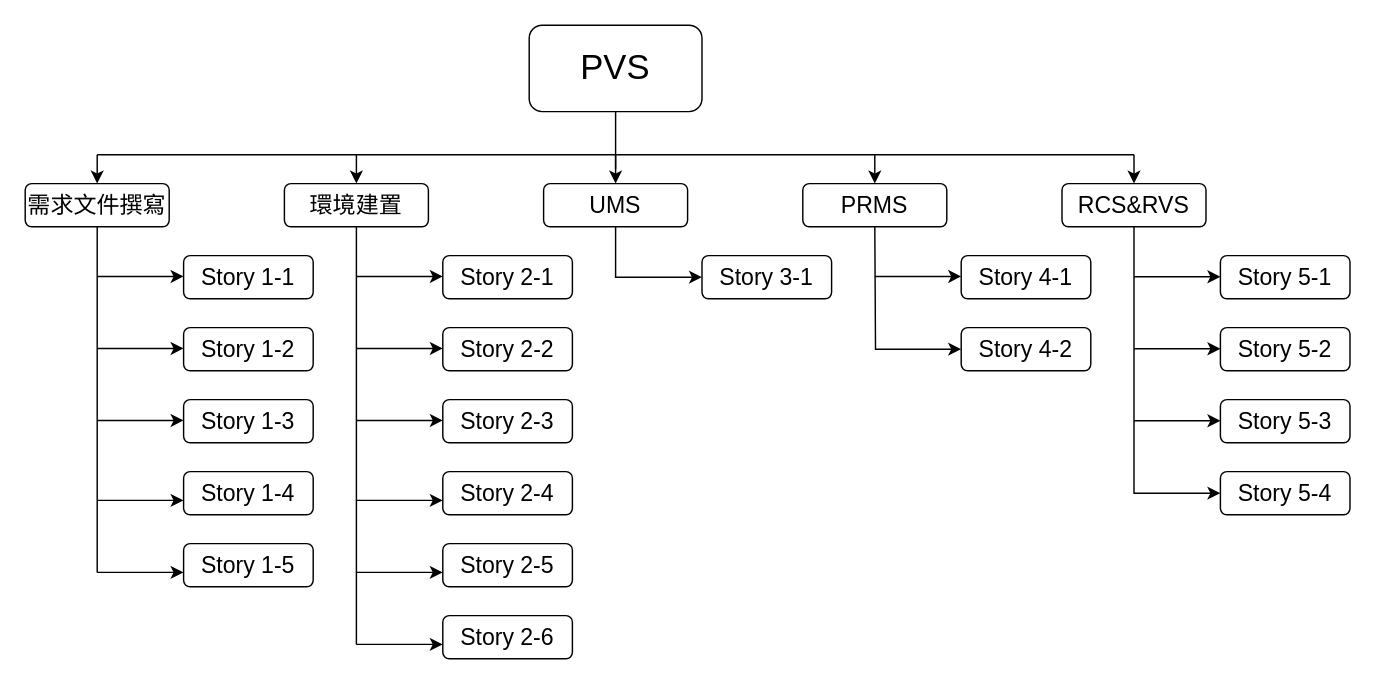
The draw.io diagram page "Page-1" (1 of 2) of documents/1.drawio in 13urgerKing/110_1-SE, before the edit. Source tidied: cells renumbered, new cells numbered last; positions are measured from the earlier drawing's top-left corner, leaving out a move shared by most shapes. Both pictures are drawn from the tidied source at 144%, with x=0, y=0 at pixel (24, 24).
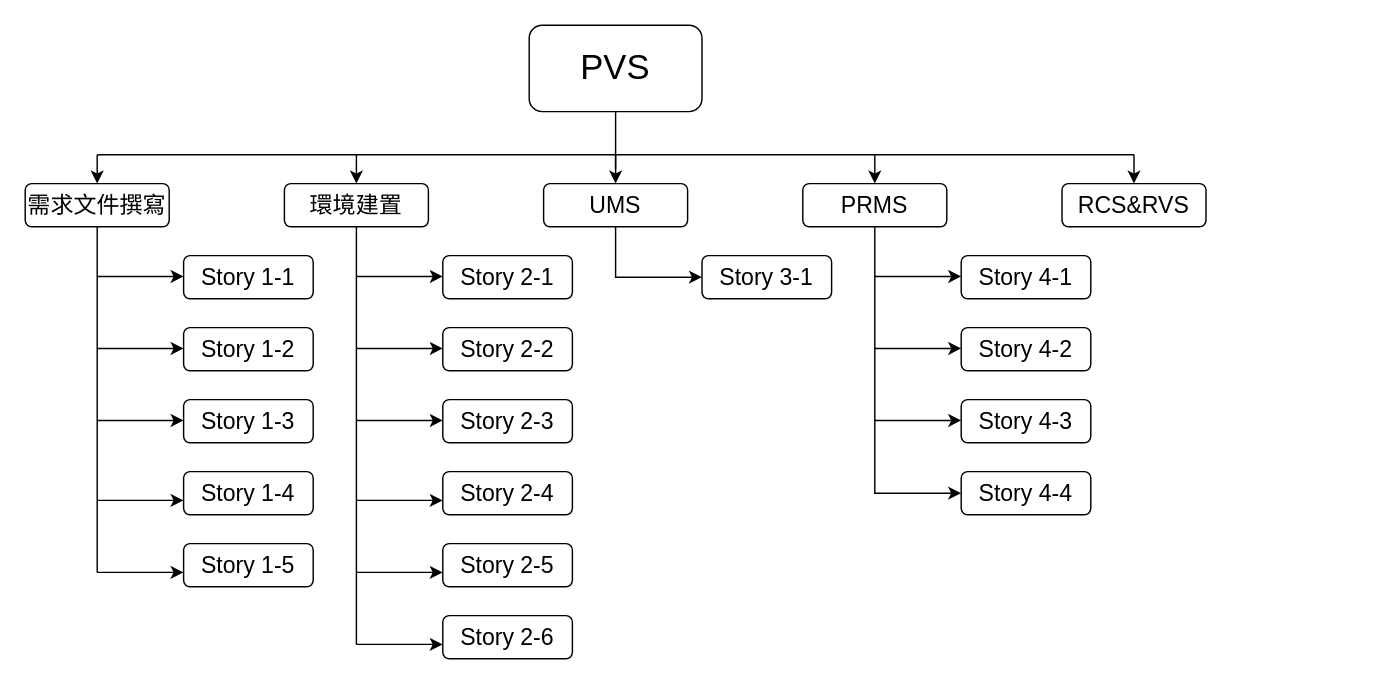
The same diagram, later.

The change refers to these unchanged cells:
```xml
<mxCell id="33" value="&lt;span style=&quot;font-size: 16px&quot;&gt;Story 4-2&lt;/span&gt;" style="rounded=1;whiteSpace=wrap;html=1;" parent="1" vertex="1">
  <mxGeometry x="650" y="210" width="90" height="30" as="geometry" />
</mxCell>
<mxCell id="45" value="&lt;span style=&quot;font-size: 16px&quot;&gt;RCS&amp;amp;RVS&lt;/span&gt;" style="rounded=1;whiteSpace=wrap;html=1;" parent="1" vertex="1">
  <mxGeometry x="720" y="110" width="100" height="30" as="geometry" />
</mxCell>
```

The edit, as a diff of the source:
```diff
@@
-    <mxCell id="34" value="&lt;span style=&quot;font-size: 16px&quot;&gt;Story 5-1&lt;/span&gt;" style="rounded=1;whiteSpace=wrap;html=1;" parent="1" vertex="1">
-      <mxGeometry x="830" y="160" width="90" height="30" as="geometry" />
-    </mxCell>
-    <mxCell id="35" style="endArrow=none;html=1;rounded=0;fontSize=16;entryX=0.5;entryY=1;entryDx=0;entryDy=0;edgeStyle=orthogonalEdgeStyle;startArrow=classic;startFill=1;exitX=0;exitY=0.5;exitDx=0;exitDy=0;" parent="1" edge="1" source="33">
+    <mxCell id="35" style="endArrow=none;html=1;rounded=0;fontSize=16;entryX=0.5;entryY=1;entryDx=0;entryDy=0;edgeStyle=orthogonalEdgeStyle;startArrow=classic;startFill=1;exitX=0;exitY=0.5;exitDx=0;exitDy=0;" parent="1" edge="1" source="49">
       <mxGeometry relative="1" as="geometry">
         <mxPoint x="590" y="140" as="targetPoint" />
+        <Array as="points">
+          <mxPoint x="590" y="325" />
+        </Array>
       </mxGeometry>
     </mxCell>
@@
-    <mxCell id="44" style="edgeStyle=orthogonalEdgeStyle;rounded=0;jettySize=auto;html=1;exitX=0.5;exitY=1;exitDx=0;exitDy=0;startArrow=none;startFill=0;endArrow=classic;endFill=1;entryX=0;entryY=0.5;entryDx=0;entryDy=0;" parent="1" edge="1" source="45" target="49">
-      <mxGeometry relative="1" as="geometry" />
-    </mxCell>
@@
-    <mxCell id="47" value="&lt;span style=&quot;font-size: 16px&quot;&gt;Story 5-2&lt;/span&gt;" style="rounded=1;whiteSpace=wrap;html=1;" parent="1" vertex="1">
-      <mxGeometry x="830" y="210" width="90" height="30" as="geometry" />
-    </mxCell>
-    <mxCell id="48" value="&lt;span style=&quot;font-size: 16px&quot;&gt;Story 5-3&lt;/span&gt;" style="rounded=1;whiteSpace=wrap;html=1;" parent="1" vertex="1">
-      <mxGeometry x="830" y="260" width="90" height="30" as="geometry" />
+    <mxCell id="48" value="&lt;span style=&quot;font-size: 16px&quot;&gt;Story 4-3&lt;/span&gt;" style="rounded=1;whiteSpace=wrap;html=1;" parent="1" vertex="1">
+      <mxGeometry x="650" y="260" width="90" height="30" as="geometry" />
     </mxCell>
-    <mxCell id="49" value="&lt;span style=&quot;font-size: 16px&quot;&gt;Story 5-4&lt;/span&gt;" style="rounded=1;whiteSpace=wrap;html=1;" parent="1" vertex="1">
-      <mxGeometry x="830" y="310" width="90" height="30" as="geometry" />
+    <mxCell id="49" value="&lt;span style=&quot;font-size: 16px&quot;&gt;Story 4-4&lt;/span&gt;" style="rounded=1;whiteSpace=wrap;html=1;" parent="1" vertex="1">
+      <mxGeometry x="650" y="310" width="90" height="30" as="geometry" />
     </mxCell>
-    <mxCell id="50" style="endArrow=classic;html=1;rounded=0;fontSize=16;" parent="1" edge="1">
-      <mxGeometry relative="1" as="geometry">
-        <mxPoint x="770" y="174.7" as="sourcePoint" />
-        <mxPoint x="830" y="174.7" as="targetPoint" />
-      </mxGeometry>
-    </mxCell>
-    <mxCell id="51" style="endArrow=classic;html=1;rounded=0;fontSize=16;" parent="1" edge="1">
-      <mxGeometry relative="1" as="geometry">
-        <mxPoint x="770" y="224.7" as="sourcePoint" />
-        <mxPoint x="830" y="224.7" as="targetPoint" />
-      </mxGeometry>
-    </mxCell>
-    <mxCell id="52" style="endArrow=classic;html=1;rounded=0;fontSize=16;" parent="1" edge="1">
-      <mxGeometry relative="1" as="geometry">
-        <mxPoint x="770" y="274.7" as="sourcePoint" />
-        <mxPoint x="830" y="274.7" as="targetPoint" />
-      </mxGeometry>
-    </mxCell>
+    <mxCell id="53" style="endArrow=classic;html=1;rounded=0;fontSize=16;" parent="1" edge="1">
+      <mxGeometry relative="1" as="geometry">
+        <mxPoint x="590" y="224.5" as="sourcePoint" />
+        <mxPoint x="650" y="224.5" as="targetPoint" />
+      </mxGeometry>
+    </mxCell>
+    <mxCell id="54" style="endArrow=classic;html=1;rounded=0;fontSize=16;" parent="1" edge="1">
+      <mxGeometry relative="1" as="geometry">
+        <mxPoint x="590" y="274.5" as="sourcePoint" />
+        <mxPoint x="650" y="274.5" as="targetPoint" />
+      </mxGeometry>
+    </mxCell>
```
